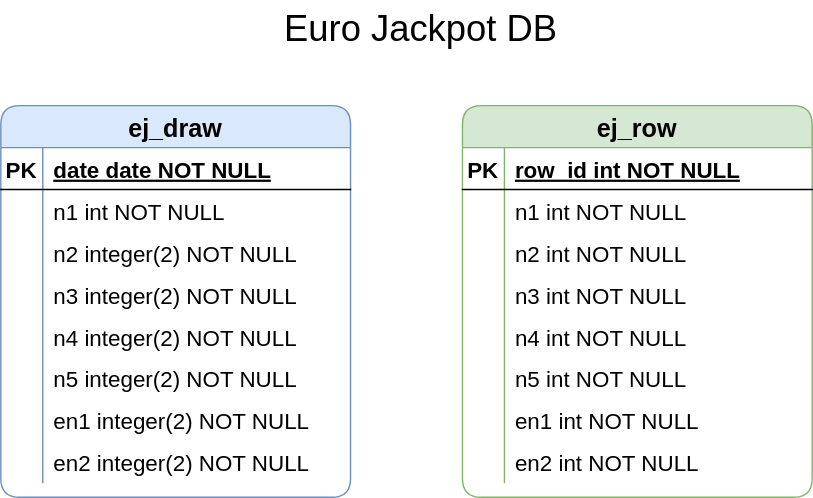
Above: assets/images/documentation/er-diagram.drawio.svg in tonisun/lotto-dbms (draw.io), before the change. Source tidied: cells renumbered, new cells last; positions are measured from the earlier drawing's top-left corner, leaving out a move shared by most shapes.
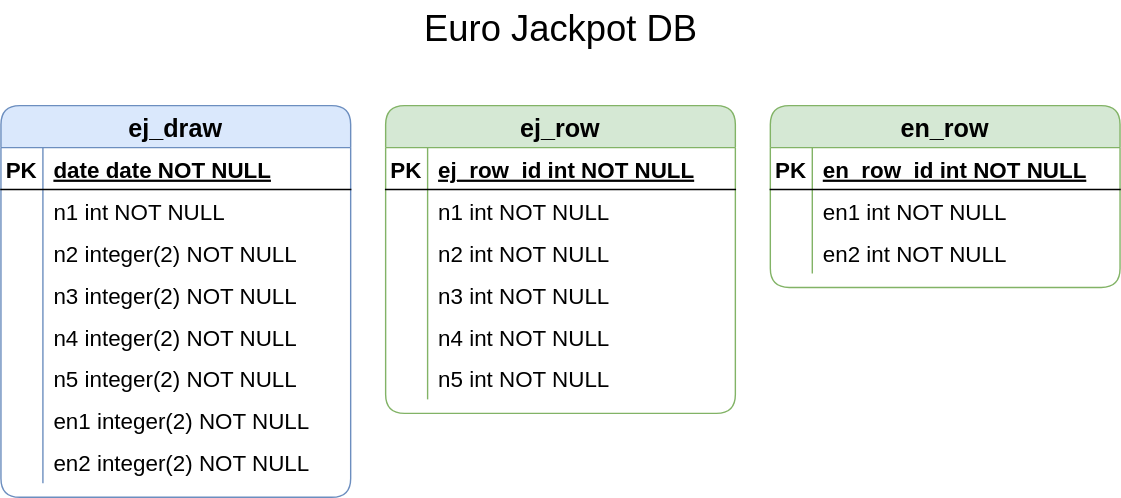
The same file after the commit.

Diff of the diagram source:
```diff
@@ -3,7 +3,7 @@
     <mxCell id="0" />
     <mxCell id="1" parent="0" />
     <mxCell id="2" value="ej_row" style="shape=table;startSize=30;rowLines=0;fontStyle=1;align=center;fillColor=#d5e8d4;strokeColor=#82b366;rounded=1;fontSize=18;" parent="1" vertex="1">
-      <mxGeometry x="330" y="75" width="250" height="280" as="geometry" />
+      <mxGeometry x="175" y="75" width="250" height="220" as="geometry" />
     </mxCell>
     <mxCell id="3" style="shape=partialRectangle;fillColor=none;top=0;left=0;right=0;bottom=1;" parent="2" vertex="1">
       <mxGeometry y="30" width="250" height="30" as="geometry" />
@@ -11,7 +11,7 @@
     <mxCell id="4" value="PK" style="shape=partialRectangle;overflow=hidden;fillColor=none;top=0;left=0;bottom=0;right=0;fontStyle=1;fontSize=16;" parent="3" vertex="1">
       <mxGeometry width="30" height="30" as="geometry" />
     </mxCell>
-    <mxCell id="5" value="row_id int NOT NULL " style="shape=partialRectangle;overflow=hidden;fillColor=none;top=0;left=0;bottom=0;right=0;align=left;spacingLeft=6;fontStyle=5;fontSize=16;" parent="3" vertex="1">
+    <mxCell id="5" value="ej_row_id int NOT NULL " style="shape=partialRectangle;overflow=hidden;fillColor=none;top=0;left=0;bottom=0;right=0;align=left;spacingLeft=6;fontStyle=5;fontSize=16;" parent="3" vertex="1">
       <mxGeometry x="30" width="220" height="30" as="geometry" />
     </mxCell>
     <mxCell id="6" style="shape=partialRectangle;fillColor=none;top=0;left=0;right=0;bottom=0;fontSize=16;" parent="2" vertex="1">
@@ -59,26 +59,8 @@
     <mxCell id="20" value="n5 int NOT NULL" style="shape=partialRectangle;overflow=hidden;fillColor=none;top=0;left=0;bottom=0;right=0;align=left;spacingLeft=6;fontSize=16;" parent="18" vertex="1">
       <mxGeometry x="30" width="220" height="30" as="geometry" />
     </mxCell>
-    <mxCell id="21" style="shape=partialRectangle;fillColor=none;top=0;left=0;right=0;bottom=0;fontSize=16;" parent="2" vertex="1">
-      <mxGeometry y="210" width="250" height="30" as="geometry" />
-    </mxCell>
-    <mxCell id="22" style="shape=partialRectangle;overflow=hidden;fillColor=none;top=0;left=0;bottom=0;right=0;fontSize=16;" parent="21" vertex="1">
-      <mxGeometry width="30" height="30" as="geometry" />
-    </mxCell>
-    <mxCell id="23" value="en1 int NOT NULL" style="shape=partialRectangle;overflow=hidden;fillColor=none;top=0;left=0;bottom=0;right=0;align=left;spacingLeft=6;fontSize=16;" parent="21" vertex="1">
-      <mxGeometry x="30" width="220" height="30" as="geometry" />
-    </mxCell>
-    <mxCell id="24" style="shape=partialRectangle;fillColor=none;top=0;left=0;right=0;bottom=0;fontSize=16;" parent="2" vertex="1">
-      <mxGeometry y="240" width="250" height="30" as="geometry" />
-    </mxCell>
-    <mxCell id="25" style="shape=partialRectangle;overflow=hidden;fillColor=none;top=0;left=0;bottom=0;right=0;fontSize=16;" parent="24" vertex="1">
-      <mxGeometry width="30" height="30" as="geometry" />
-    </mxCell>
-    <mxCell id="26" value="en2 int NOT NULL" style="shape=partialRectangle;overflow=hidden;fillColor=none;top=0;left=0;bottom=0;right=0;align=left;spacingLeft=6;fontSize=16;" parent="24" vertex="1">
-      <mxGeometry x="30" width="220" height="30" as="geometry" />
-    </mxCell>
     <mxCell id="27" value="ej_draw" style="shape=table;startSize=30;rowLines=0;fontStyle=1;align=center;fillColor=#dae8fc;strokeColor=#6c8ebf;rounded=1;shadow=0;swimlaneLine=1;fontSize=18;" parent="1" vertex="1">
-      <mxGeometry y="75" width="250" height="280" as="geometry" />
+      <mxGeometry x="-100" y="75" width="250" height="280" as="geometry" />
     </mxCell>
     <mxCell id="28" style="shape=partialRectangle;fillColor=none;top=0;left=0;right=0;bottom=1;" parent="27" vertex="1">
       <mxGeometry y="30" width="250" height="30" as="geometry" />
@@ -155,5 +137,35 @@
     <mxCell id="52" value="&lt;font style=&quot;font-size: 26px;&quot;&gt;Euro Jackpot DB&lt;/font&gt;" style="text;html=1;align=center;verticalAlign=middle;strokeColor=none;fillColor=none;" parent="1" vertex="1">
       <mxGeometry x="190" width="220" height="40" as="geometry" />
     </mxCell>
+    <mxCell id="53" value="en_row" style="shape=table;startSize=30;rowLines=0;fontStyle=1;align=center;fillColor=#d5e8d4;strokeColor=#82b366;rounded=1;fontSize=18;" parent="1" vertex="1">
+      <mxGeometry x="450" y="75" width="250" height="130" as="geometry" />
+    </mxCell>
+    <mxCell id="54" style="shape=partialRectangle;fillColor=none;top=0;left=0;right=0;bottom=1;" parent="53" vertex="1">
+      <mxGeometry y="30" width="250" height="30" as="geometry" />
+    </mxCell>
+    <mxCell id="55" value="PK" style="shape=partialRectangle;overflow=hidden;fillColor=none;top=0;left=0;bottom=0;right=0;fontStyle=1;fontSize=16;" parent="54" vertex="1">
+      <mxGeometry width="30" height="30" as="geometry" />
+    </mxCell>
+    <mxCell id="56" value="en_row_id int NOT NULL " style="shape=partialRectangle;overflow=hidden;fillColor=none;top=0;left=0;bottom=0;right=0;align=left;spacingLeft=6;fontStyle=5;fontSize=16;" parent="54" vertex="1">
+      <mxGeometry x="30" width="220" height="30" as="geometry" />
+    </mxCell>
+    <mxCell id="57" style="shape=partialRectangle;fillColor=none;top=0;left=0;right=0;bottom=0;fontSize=16;" parent="53" vertex="1">
+      <mxGeometry y="60" width="250" height="30" as="geometry" />
+    </mxCell>
+    <mxCell id="58" style="shape=partialRectangle;overflow=hidden;fillColor=none;top=0;left=0;bottom=0;right=0;fontSize=16;" parent="57" vertex="1">
+      <mxGeometry width="30" height="30" as="geometry" />
+    </mxCell>
+    <mxCell id="23" value="en1 int NOT NULL" style="shape=partialRectangle;overflow=hidden;fillColor=none;top=0;left=0;bottom=0;right=0;align=left;spacingLeft=6;fontSize=16;" parent="57" vertex="1">
+      <mxGeometry x="30" width="220" height="30" as="geometry" />
+    </mxCell>
+    <mxCell id="59" style="shape=partialRectangle;fillColor=none;top=0;left=0;right=0;bottom=0;fontSize=16;" parent="53" vertex="1">
+      <mxGeometry y="90" width="250" height="30" as="geometry" />
+    </mxCell>
+    <mxCell id="60" style="shape=partialRectangle;overflow=hidden;fillColor=none;top=0;left=0;bottom=0;right=0;fontSize=16;" parent="59" vertex="1">
+      <mxGeometry width="30" height="30" as="geometry" />
+    </mxCell>
+    <mxCell id="26" value="en2 int NOT NULL" style="shape=partialRectangle;overflow=hidden;fillColor=none;top=0;left=0;bottom=0;right=0;align=left;spacingLeft=6;fontSize=16;" parent="59" vertex="1">
+      <mxGeometry x="30" width="220" height="30" as="geometry" />
+    </mxCell>
   </root>
 </mxGraphModel>
```
